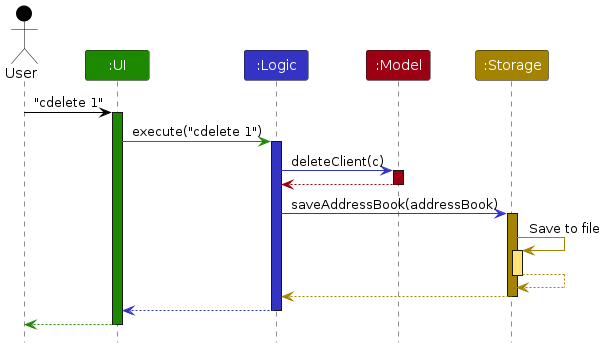
This is diagrams/ArchitectureSequenceDiagram.png from AY2425S1-CS2103T-T15-1/tp, a PlantUML export, as it was before one commit. Its source is kept beside it as diagrams/ArchitectureSequenceDiagram.puml. Source of this version:
```plantuml
@startuml
!include style.puml
skinparam ArrowFontStyle plain

Actor User as user USER_COLOR
Participant ":UI" as ui UI_COLOR
Participant ":Logic" as logic LOGIC_COLOR
Participant ":Model" as model MODEL_COLOR
Participant ":Storage" as storage STORAGE_COLOR

user -[USER_COLOR]> ui : "cdelete 1"
activate ui UI_COLOR

ui -[UI_COLOR]> logic : execute("cdelete 1")
activate logic LOGIC_COLOR

logic -[LOGIC_COLOR]> model : deleteClient(c)
activate model MODEL_COLOR

model -[MODEL_COLOR]-> logic
deactivate model

logic -[LOGIC_COLOR]> storage : saveAddressBook(addressBook)
activate storage STORAGE_COLOR

storage -[STORAGE_COLOR]> storage : Save to file
activate storage STORAGE_COLOR_T1
storage --[STORAGE_COLOR]> storage
deactivate storage

storage --[STORAGE_COLOR]> logic
deactivate storage

logic --[LOGIC_COLOR]> ui
deactivate logic

ui--[UI_COLOR]> user
deactivate ui
@enduml
```
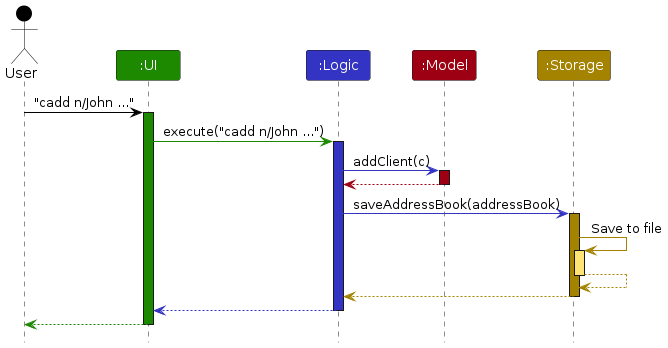
The same diagram one commit later.

Diff of the diagram source:
```diff
@@ -8,13 +8,13 @@
 Participant ":Model" as model MODEL_COLOR
 Participant ":Storage" as storage STORAGE_COLOR
 
-user -[USER_COLOR]> ui : "cdelete 1"
+user -[USER_COLOR]> ui : "cadd n/John ..."
 activate ui UI_COLOR
 
-ui -[UI_COLOR]> logic : execute("cdelete 1")
+ui -[UI_COLOR]> logic : execute("cadd n/John ...")
 activate logic LOGIC_COLOR
 
-logic -[LOGIC_COLOR]> model : deleteClient(c)
+logic -[LOGIC_COLOR]> model : addClient(c)
 activate model MODEL_COLOR
 
 model -[MODEL_COLOR]-> logic
```
